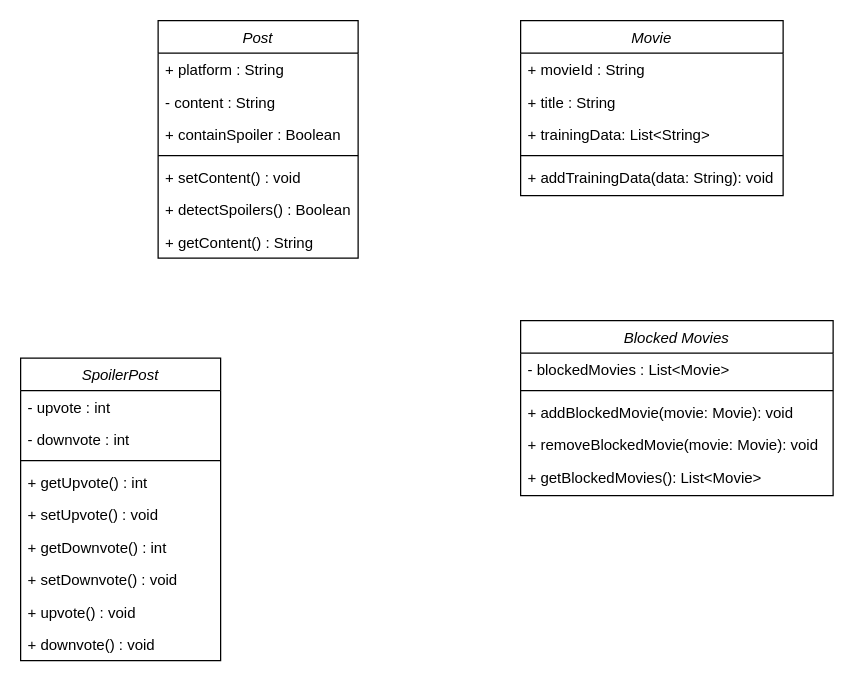
The draw.io diagram classDiagram-sdgp.drawio in Rumeasiyan/software-development-group-project-IIT, before the edit. Source tidied: cells renumbered, new cells numbered last; positions are measured from the earlier drawing's top-left corner, leaving out a move shared by most shapes. Both pictures are drawn from the tidied source at 125%, with x=0, y=0 at pixel (20, 20).
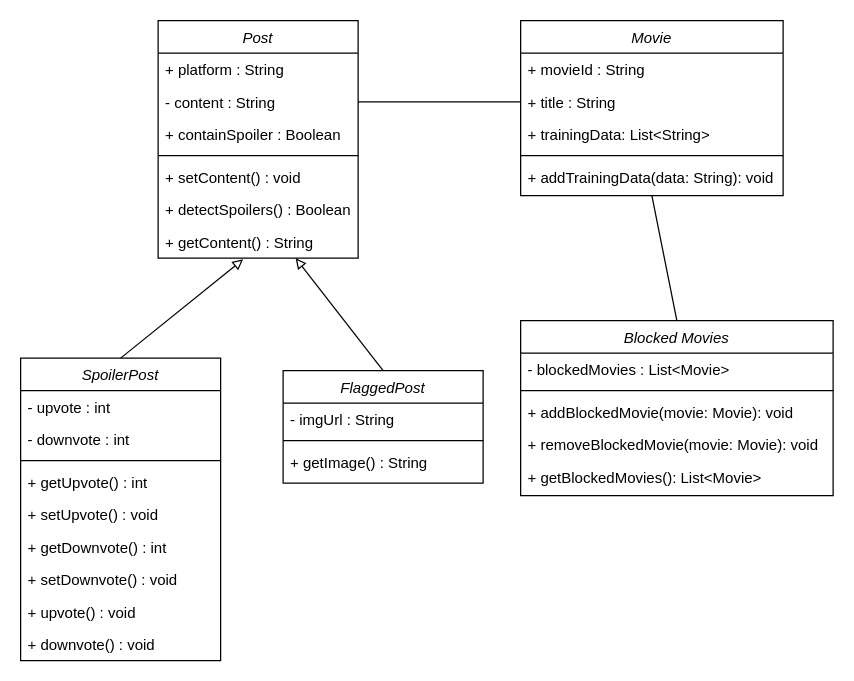
Above is the later version.

Unchanged cells that the change refers to:
```xml
<mxCell id="4" value="- content : String" style="text;align=left;verticalAlign=top;spacingLeft=4;spacingRight=4;overflow=hidden;points=[[0,0.5],[1,0.5]];portConstraint=eastwest;" parent="2" vertex="1">
  <mxGeometry y="52" width="160" height="26" as="geometry" />
</mxCell>
<mxCell id="9" value="+ getContent() : String" style="text;align=left;verticalAlign=top;spacingLeft=4;spacingRight=4;overflow=hidden;points=[[0,0.5],[1,0.5]];portConstraint=eastwest;" parent="2" vertex="1">
  <mxGeometry y="164" width="160" height="26" as="geometry" />
</mxCell>
<mxCell id="10" value="Movie" style="swimlane;fontStyle=2;align=center;verticalAlign=top;horizontal=1;startSize=26;rounded=0;shadow=0;strokeWidth=1;" parent="1" vertex="1">
  <mxGeometry x="400" width="210" height="140" as="geometry" />
</mxCell>
<mxCell id="12" value="+ title : String" style="text;align=left;verticalAlign=top;spacingLeft=4;spacingRight=4;overflow=hidden;points=[[0,0.5],[1,0.5]];portConstraint=eastwest;" parent="10" vertex="1">
  <mxGeometry y="52" width="210" height="26" as="geometry" />
</mxCell>
<mxCell id="16" value="Blocked Movies" style="swimlane;fontStyle=2;align=center;verticalAlign=top;horizontal=1;startSize=26;rounded=0;shadow=0;strokeWidth=1;" parent="1" vertex="1">
  <mxGeometry x="400" y="240" width="250" height="140" as="geometry" />
</mxCell>
<mxCell id="22" value="SpoilerPost" style="swimlane;fontStyle=2;align=center;verticalAlign=top;horizontal=1;startSize=26;rounded=0;shadow=0;strokeWidth=1;" parent="1" vertex="1">
  <mxGeometry y="270" width="160" height="242" as="geometry" />
</mxCell>
```

The edit, as a diff of the source:
```diff
@@
+    <mxCell id="32" style="endArrow=block;html=1;rounded=0;entryX=0.425;entryY=1.038;entryDx=0;entryDy=0;entryPerimeter=0;exitX=0.5;exitY=0;exitDx=0;exitDy=0;endFill=0;" parent="1" edge="1" source="22" target="9">
+      <mxGeometry relative="1" as="geometry" />
+    </mxCell>
+    <mxCell id="33" style="endArrow=none;html=1;rounded=0;exitX=0.5;exitY=0;exitDx=0;exitDy=0;entryX=0.5;entryY=1;entryDx=0;entryDy=0;" parent="1" edge="1" source="16" target="10">
+      <mxGeometry relative="1" as="geometry" />
+    </mxCell>
+    <mxCell id="34" style="endArrow=none;html=1;rounded=0;exitX=1;exitY=0.5;exitDx=0;exitDy=0;entryX=0;entryY=0.5;entryDx=0;entryDy=0;" parent="1" edge="1" source="4" target="12">
+      <mxGeometry relative="1" as="geometry" />
+    </mxCell>
+    <mxCell id="35" value="FlaggedPost" style="swimlane;fontStyle=2;align=center;verticalAlign=top;horizontal=1;startSize=26;rounded=0;shadow=0;strokeWidth=1;" parent="1" vertex="1">
+      <mxGeometry x="210" y="280" width="160" height="90" as="geometry" />
+    </mxCell>
+    <mxCell id="36" value="- imgUrl : String" style="text;align=left;verticalAlign=top;spacingLeft=4;spacingRight=4;overflow=hidden;" parent="35" vertex="1">
+      <mxGeometry y="26" width="160" height="26" as="geometry" />
+    </mxCell>
+    <mxCell id="37" style="line;html=1;strokeWidth=1;align=left;verticalAlign=middle;spacingTop=-1;spacingLeft=3;spacingRight=3;labelPosition=right;" parent="35" vertex="1">
+      <mxGeometry y="52" width="160" height="8" as="geometry" />
+    </mxCell>
+    <mxCell id="38" value="+ getImage() : String" style="text;align=left;verticalAlign=top;spacingLeft=4;spacingRight=4;overflow=hidden;" parent="35" vertex="1">
+      <mxGeometry y="60" width="160" height="26" as="geometry" />
+    </mxCell>
+    <mxCell id="39" style="endArrow=block;html=1;rounded=0;exitX=0.5;exitY=0;exitDx=0;exitDy=0;endFill=0;" parent="1" edge="1" source="35">
+      <mxGeometry relative="1" as="geometry">
+        <mxPoint x="220" y="190" as="targetPoint" />
+      </mxGeometry>
+    </mxCell>
```
